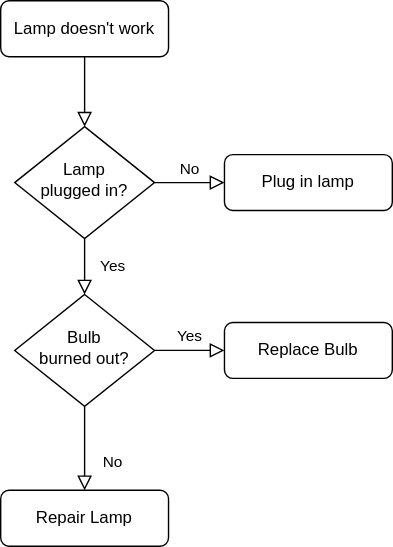
Before: Untitled Diagram.drawio.svg, a diagram exported from draw.io (skiptools/assets.skip.tools). Source tidied: cells renumbered, new cells last; positions are measured from the earlier drawing's top-left corner, leaving out a move shared by most shapes.
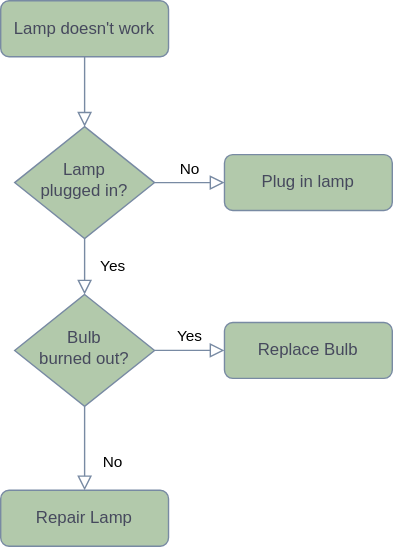
The same file after the commit.

The edit, as a diff of the source:
```diff
@@ -2,37 +2,37 @@
   <root>
     <mxCell id="0" />
     <mxCell id="1" parent="0" />
-    <mxCell id="2" style="rounded=0;html=1;jettySize=auto;fontSize=11;endArrow=block;endFill=0;endSize=8;strokeWidth=1;shadow=0;labelBackgroundColor=none;edgeStyle=orthogonalEdgeStyle;" parent="1" edge="1" source="3" target="6">
+    <mxCell id="2" style="rounded=0;html=1;jettySize=auto;fontSize=11;endArrow=block;endFill=0;endSize=8;strokeWidth=1;shadow=0;labelBackgroundColor=none;edgeStyle=orthogonalEdgeStyle;strokeColor=#788AA3;fontColor=default;" parent="1" edge="1" source="3" target="6">
       <mxGeometry relative="1" as="geometry" />
     </mxCell>
-    <mxCell id="3" value="Lamp doesn't work" style="rounded=1;whiteSpace=wrap;html=1;fontSize=12;glass=0;strokeWidth=1;shadow=0;" parent="1" vertex="1">
+    <mxCell id="3" value="Lamp doesn't work" style="rounded=1;whiteSpace=wrap;html=1;fontSize=12;glass=0;strokeWidth=1;shadow=0;labelBackgroundColor=none;fillColor=#B2C9AB;strokeColor=#788AA3;fontColor=#46495D;" parent="1" vertex="1">
       <mxGeometry width="120" height="40" as="geometry" />
     </mxCell>
-    <mxCell id="4" value="Yes" style="rounded=0;html=1;jettySize=auto;fontSize=11;endArrow=block;endFill=0;endSize=8;strokeWidth=1;shadow=0;labelBackgroundColor=none;edgeStyle=orthogonalEdgeStyle;" parent="1" edge="1" source="6" target="10">
+    <mxCell id="4" value="Yes" style="rounded=0;html=1;jettySize=auto;fontSize=11;endArrow=block;endFill=0;endSize=8;strokeWidth=1;shadow=0;labelBackgroundColor=none;edgeStyle=orthogonalEdgeStyle;strokeColor=#788AA3;fontColor=default;" parent="1" edge="1" source="6" target="10">
       <mxGeometry y="20" relative="1" as="geometry" />
     </mxCell>
-    <mxCell id="5" value="No" style="edgeStyle=orthogonalEdgeStyle;rounded=0;html=1;jettySize=auto;fontSize=11;endArrow=block;endFill=0;endSize=8;strokeWidth=1;shadow=0;labelBackgroundColor=none;" parent="1" edge="1" source="6" target="7">
+    <mxCell id="5" value="No" style="edgeStyle=orthogonalEdgeStyle;rounded=0;html=1;jettySize=auto;fontSize=11;endArrow=block;endFill=0;endSize=8;strokeWidth=1;shadow=0;labelBackgroundColor=none;strokeColor=#788AA3;fontColor=default;" parent="1" edge="1" source="6" target="7">
       <mxGeometry y="10" relative="1" as="geometry" />
     </mxCell>
-    <mxCell id="6" value="Lamp&lt;br&gt;plugged in?" style="rhombus;whiteSpace=wrap;html=1;shadow=0;fontFamily=Helvetica;fontSize=12;align=center;strokeWidth=1;spacing=6;spacingTop=-4;" parent="1" vertex="1">
+    <mxCell id="6" value="Lamp&lt;br&gt;plugged in?" style="rhombus;whiteSpace=wrap;html=1;shadow=0;fontFamily=Helvetica;fontSize=12;align=center;strokeWidth=1;spacing=6;spacingTop=-4;labelBackgroundColor=none;fillColor=#B2C9AB;strokeColor=#788AA3;fontColor=#46495D;" parent="1" vertex="1">
       <mxGeometry x="10" y="90" width="100" height="80" as="geometry" />
     </mxCell>
-    <mxCell id="7" value="Plug in lamp" style="rounded=1;whiteSpace=wrap;html=1;fontSize=12;glass=0;strokeWidth=1;shadow=0;" parent="1" vertex="1">
+    <mxCell id="7" value="Plug in lamp" style="rounded=1;whiteSpace=wrap;html=1;fontSize=12;glass=0;strokeWidth=1;shadow=0;labelBackgroundColor=none;fillColor=#B2C9AB;strokeColor=#788AA3;fontColor=#46495D;" parent="1" vertex="1">
       <mxGeometry x="160" y="110" width="120" height="40" as="geometry" />
     </mxCell>
-    <mxCell id="8" value="No" style="rounded=0;html=1;jettySize=auto;fontSize=11;endArrow=block;endFill=0;endSize=8;strokeWidth=1;shadow=0;labelBackgroundColor=none;edgeStyle=orthogonalEdgeStyle;" parent="1" edge="1" source="10" target="11">
+    <mxCell id="8" value="No" style="rounded=0;html=1;jettySize=auto;fontSize=11;endArrow=block;endFill=0;endSize=8;strokeWidth=1;shadow=0;labelBackgroundColor=none;edgeStyle=orthogonalEdgeStyle;strokeColor=#788AA3;fontColor=default;" parent="1" edge="1" source="10" target="11">
       <mxGeometry x="0.33" y="20" relative="1" as="geometry" />
     </mxCell>
-    <mxCell id="9" value="Yes" style="edgeStyle=orthogonalEdgeStyle;rounded=0;html=1;jettySize=auto;fontSize=11;endArrow=block;endFill=0;endSize=8;strokeWidth=1;shadow=0;labelBackgroundColor=none;" parent="1" edge="1" source="10" target="12">
+    <mxCell id="9" value="Yes" style="edgeStyle=orthogonalEdgeStyle;rounded=0;html=1;jettySize=auto;fontSize=11;endArrow=block;endFill=0;endSize=8;strokeWidth=1;shadow=0;labelBackgroundColor=none;strokeColor=#788AA3;fontColor=default;" parent="1" edge="1" source="10" target="12">
       <mxGeometry y="10" relative="1" as="geometry" />
     </mxCell>
-    <mxCell id="10" value="Bulb&lt;br&gt;burned out?" style="rhombus;whiteSpace=wrap;html=1;shadow=0;fontFamily=Helvetica;fontSize=12;align=center;strokeWidth=1;spacing=6;spacingTop=-4;" parent="1" vertex="1">
+    <mxCell id="10" value="Bulb&lt;br&gt;burned out?" style="rhombus;whiteSpace=wrap;html=1;shadow=0;fontFamily=Helvetica;fontSize=12;align=center;strokeWidth=1;spacing=6;spacingTop=-4;labelBackgroundColor=none;fillColor=#B2C9AB;strokeColor=#788AA3;fontColor=#46495D;" parent="1" vertex="1">
       <mxGeometry x="10" y="210" width="100" height="80" as="geometry" />
     </mxCell>
-    <mxCell id="11" value="Repair Lamp" style="rounded=1;whiteSpace=wrap;html=1;fontSize=12;glass=0;strokeWidth=1;shadow=0;" parent="1" vertex="1">
+    <mxCell id="11" value="Repair Lamp" style="rounded=1;whiteSpace=wrap;html=1;fontSize=12;glass=0;strokeWidth=1;shadow=0;labelBackgroundColor=none;fillColor=#B2C9AB;strokeColor=#788AA3;fontColor=#46495D;" parent="1" vertex="1">
       <mxGeometry y="350" width="120" height="40" as="geometry" />
     </mxCell>
-    <mxCell id="12" value="Replace Bulb" style="rounded=1;whiteSpace=wrap;html=1;fontSize=12;glass=0;strokeWidth=1;shadow=0;" parent="1" vertex="1">
+    <mxCell id="12" value="Replace Bulb" style="rounded=1;whiteSpace=wrap;html=1;fontSize=12;glass=0;strokeWidth=1;shadow=0;labelBackgroundColor=none;fillColor=#B2C9AB;strokeColor=#788AA3;fontColor=#46495D;" parent="1" vertex="1">
       <mxGeometry x="160" y="230" width="120" height="40" as="geometry" />
     </mxCell>
   </root>
```
